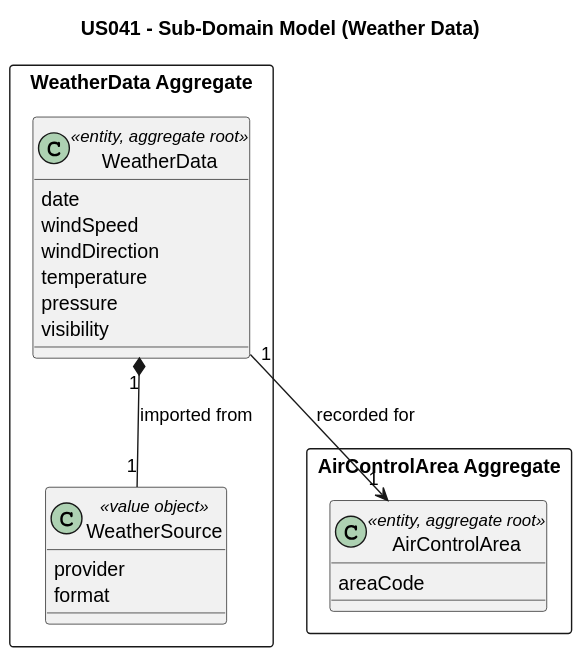
This is aisafe.base/docs/user-stories/us041/svg/US041-domain-model.svg from brunodspinto/aisafe, a PlantUML export, as it was before one commit. The source it was exported from:
```plantuml
@startuml
skinparam shadowing false
skinparam classAttributeIconSize 0

title US041 - Sub-Domain Model (Weather Data)

package "AirControlArea Aggregate" <<Rectangle>> {
    class AirControlArea <<entity, aggregate root>> {
        areaCode
    }
}

package "WeatherData Aggregate" <<Rectangle>> {

    class WeatherData <<entity, aggregate root>> {
        date
        windSpeed
        windDirection
        temperature
        pressure
        visibility
    }

    class WeatherSource <<value object>> {
        provider
        format
    }
}

WeatherData "1" *-- "1" WeatherSource : "imported from"
WeatherData "1" --> "1" AirControlArea : "recorded for"
@enduml
```
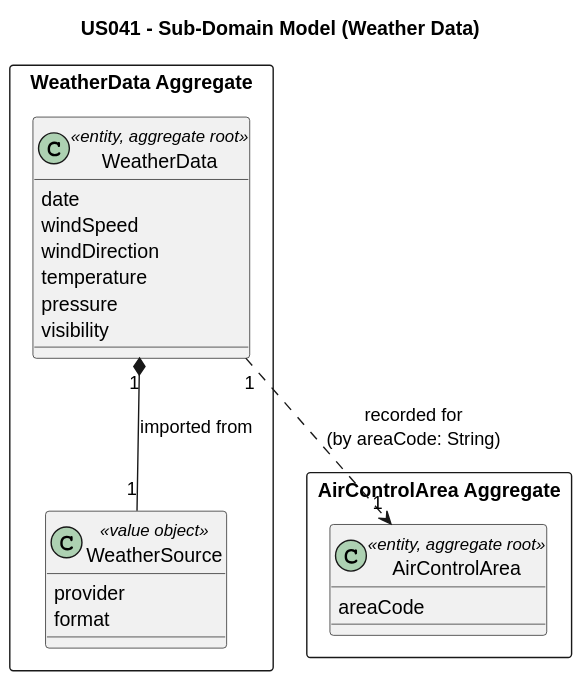
The same file after the commit.

Commit message:
#38 US041 - docs: update domain model for WeatherData and AirControlArea with detailed relationship description

Diff of the diagram source:
```diff
@@ -28,5 +28,5 @@
 }
 
 WeatherData "1" *-- "1" WeatherSource : "imported from"
-WeatherData "1" --> "1" AirControlArea : "recorded for"
+WeatherData "1" ..> "1" AirControlArea : "recorded for\n(by areaCode: String)"
 @enduml
```
